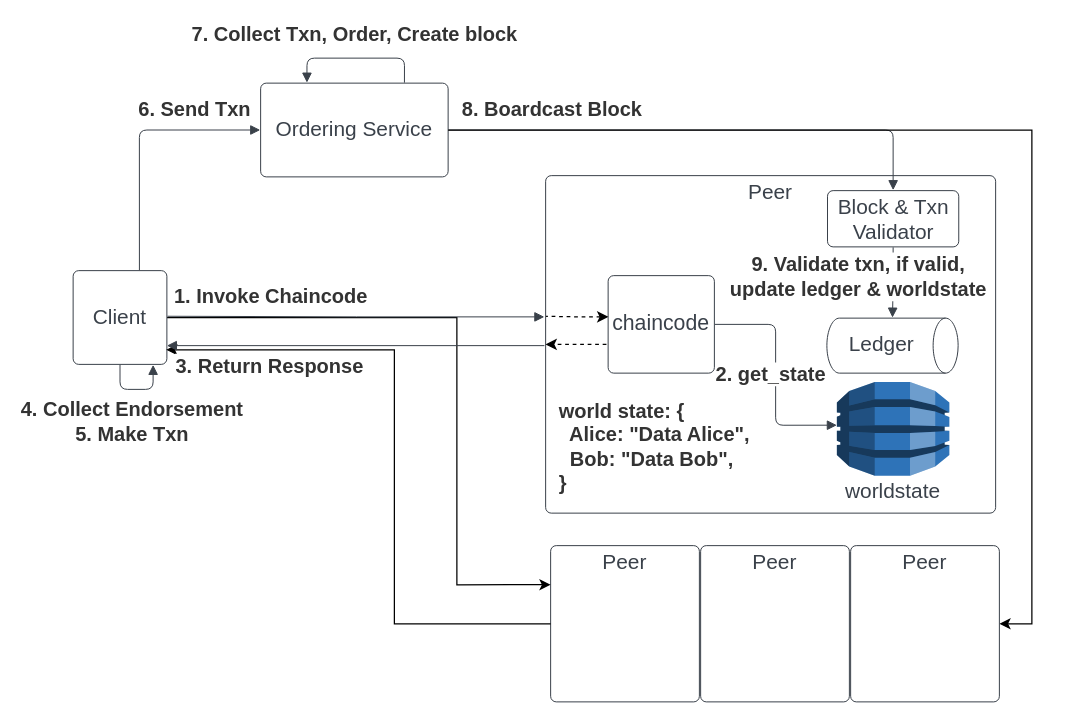
The draw.io diagram fabric.drawio in chenchanglew/systex2024, before the edit. Source tidied: cells renumbered, new cells numbered last; positions are measured from the earlier drawing's top-left corner, leaving out a move shared by most shapes. Both pictures are drawn from the tidied source at 125%, with x=0, y=0 at pixel (72, 58).
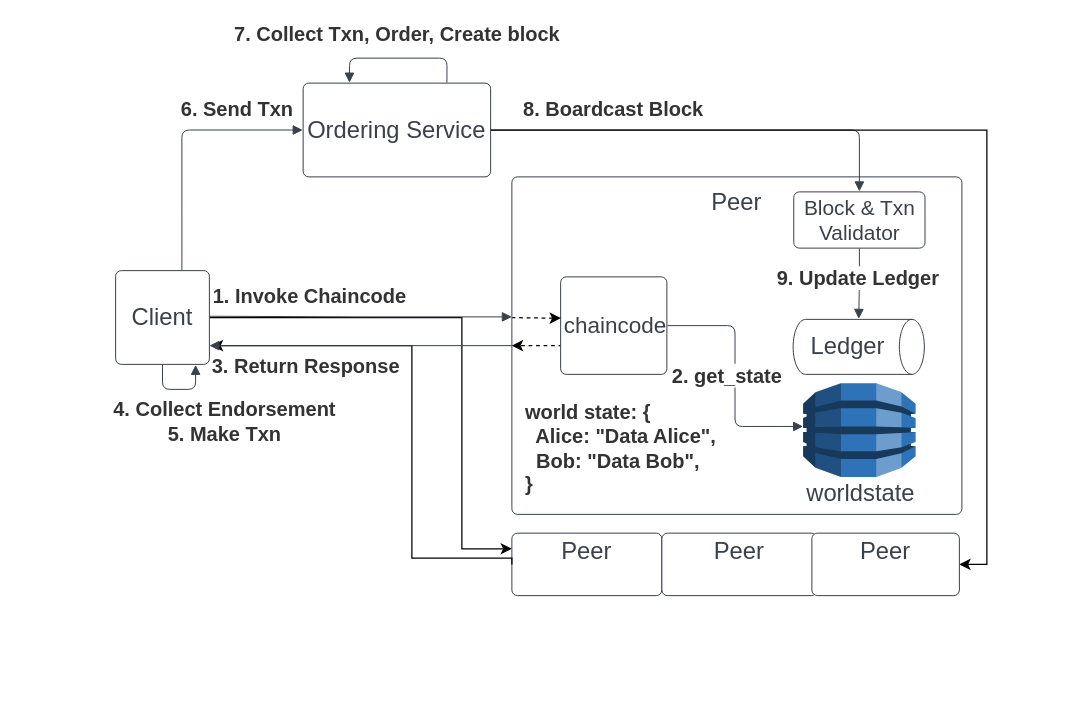
Above is the later version.

Unchanged cells that the change refers to:
```xml
<mxCell id="14" style="html=1;jettySize=18;whiteSpace=wrap;fontSize=13;strokeColor=#3a414a;strokeOpacity=100;strokeWidth=0.8;rounded=1;arcSize=12;edgeStyle=orthogonalEdgeStyle;startArrow=none;endArrow=block;endFill=1;exitX=0.5;exitY=1.008;exitPerimeter=0;entryX=0.5;entryY=-0.009;entryPerimeter=0;lucidId=gJdIpPk4oHPC;" parent="6" edge="1" source="10" target="11">
  <mxGeometry relative="1" as="geometry" />
</mxCell>
<mxCell id="30" style="html=1;jettySize=18;whiteSpace=wrap;fontSize=13;strokeColor=#3a414a;strokeOpacity=100;strokeWidth=0.8;rounded=1;arcSize=12;edgeStyle=orthogonalEdgeStyle;startArrow=none;endArrow=block;endFill=1;exitX=1.002;exitY=0.5;exitPerimeter=0;entryX=0.5;entryY=-0.008;entryPerimeter=0;lucidId=gJdI1uD7Hwsn;" parent="1" edge="1" source="5" target="10">
  <mxGeometry relative="1" as="geometry" />
</mxCell>
```

What changed in the source:
```diff
@@
-    <mxCell id="2" value="Peer&#10;&#10;&#10;&#10;&#10;&#10;&#10;&#10;&#10;&#10;&#10;&#10;&#10;" style="html=1;overflow=block;blockSpacing=1;whiteSpace=wrap;fontSize=16.7;fontColor=#3a414a;spacing=3.8;strokeColor=#3a414a;strokeOpacity=100;rounded=1;absoluteArcSize=1;arcSize=9;strokeWidth=0.8;lucidId=gJdIC6EkD9Za;" parent="1" vertex="1">
-      <mxGeometry x="382" y="390" width="119" height="125" as="geometry" />
+    <mxCell id="2" value="&lt;font style=&quot;font-size: 19px;&quot;&gt;Peer&lt;/font&gt;&lt;br&gt;&lt;br&gt;&lt;br&gt;&lt;br&gt;&lt;br&gt;&lt;br&gt;&lt;br&gt;&lt;br&gt;&lt;br&gt;&lt;br&gt;&lt;div&gt;&lt;br/&gt;&lt;/div&gt;" style="html=1;overflow=block;blockSpacing=1;whiteSpace=wrap;fontSize=16.7;fontColor=#3a414a;spacing=3.8;strokeColor=#3a414a;strokeOpacity=100;rounded=1;absoluteArcSize=1;arcSize=9;strokeWidth=0.8;lucidId=gJdIC6EkD9Za;" parent="1" vertex="1">
+      <mxGeometry x="351" y="380" width="120" height="50" as="geometry" />
     </mxCell>
-    <mxCell id="3" style="edgeStyle=orthogonalEdgeStyle;rounded=0;jettySize=auto;html=1;entryX=0;entryY=0.25;entryDx=0;entryDy=0;" parent="1" edge="1" source="4" target="2">
+    <mxCell id="3" style="edgeStyle=orthogonalEdgeStyle;rounded=0;jettySize=auto;html=1;entryX=0;entryY=0.25;entryDx=0;entryDy=0;exitX=1;exitY=0.5;exitDx=0;exitDy=0;" parent="1" edge="1" source="4" target="2">
       <mxGeometry relative="1" as="geometry">
         <Array as="points">
-          <mxPoint x="307" y="208" />
-          <mxPoint x="307" y="421" />
+          <mxPoint x="311" y="208" />
+          <mxPoint x="311" y="393" />
         </Array>
       </mxGeometry>
     </mxCell>
-    <mxCell id="4" value="Client" style="html=1;overflow=block;blockSpacing=1;whiteSpace=wrap;fontSize=16.7;fontColor=#3a414a;spacing=3.8;strokeColor=#3a414a;strokeOpacity=100;rounded=1;absoluteArcSize=1;arcSize=9;strokeWidth=0.8;lucidId=gJdIgxv0D-uK;" parent="1" vertex="1">
-      <mxGeometry y="170" width="75" height="75" as="geometry" />
+    <mxCell id="4" value="&lt;font style=&quot;font-size: 19px;&quot;&gt;Client&lt;/font&gt;" style="html=1;overflow=block;blockSpacing=1;whiteSpace=wrap;fontSize=16.7;fontColor=#3a414a;spacing=3.8;strokeColor=#3a414a;strokeOpacity=100;rounded=1;absoluteArcSize=1;arcSize=9;strokeWidth=0.8;lucidId=gJdIgxv0D-uK;" parent="1" vertex="1">
+      <mxGeometry x="34" y="170" width="75" height="75" as="geometry" />
     </mxCell>
-    <mxCell id="5" value="Ordering Service" style="html=1;overflow=block;blockSpacing=1;whiteSpace=wrap;fontSize=16.7;fontColor=#3a414a;spacing=3.8;strokeColor=#3a414a;strokeOpacity=100;rounded=1;absoluteArcSize=1;arcSize=9;strokeWidth=0.8;lucidId=gJdIvHb7BSO.;" parent="1" vertex="1">
-      <mxGeometry x="150" y="20" width="150" height="75" as="geometry" />
+    <mxCell id="5" value="&lt;font style=&quot;font-size: 19px;&quot;&gt;Ordering Service&lt;/font&gt;" style="html=1;overflow=block;blockSpacing=1;whiteSpace=wrap;fontSize=16.7;fontColor=#3a414a;spacing=3.8;strokeColor=#3a414a;strokeOpacity=100;rounded=1;absoluteArcSize=1;arcSize=9;strokeWidth=0.8;lucidId=gJdIvHb7BSO.;" parent="1" vertex="1">
+      <mxGeometry x="184" y="20" width="150" height="75" as="geometry" />
     </mxCell>
-    <mxCell id="6" value="Peer&#10;&#10;&#10;&#10;&#10;&#10;&#10;&#10;&#10;&#10;&#10;&#10;&#10;" style="html=1;overflow=block;blockSpacing=1;whiteSpace=wrap;fontSize=16.7;fontColor=#3a414a;spacing=3.8;strokeColor=#3a414a;strokeOpacity=100;rounded=1;absoluteArcSize=1;arcSize=9;strokeWidth=0.8;lucidId=gJdIC6EkD9Za;" parent="1" vertex="1">
-      <mxGeometry x="378" y="94" width="360" height="270" as="geometry" />
+    <mxCell id="6" value="&lt;font style=&quot;font-size: 19px;&quot;&gt;Peer&lt;br&gt;&lt;br&gt;&lt;br&gt;&lt;br&gt;&lt;br&gt;&lt;br&gt;&lt;br&gt;&lt;br&gt;&lt;br&gt;&lt;br&gt;&lt;br&gt;&lt;/font&gt;" style="html=1;overflow=block;blockSpacing=1;whiteSpace=wrap;fontSize=16.7;fontColor=#3a414a;spacing=3.8;strokeColor=#3a414a;strokeOpacity=100;rounded=1;absoluteArcSize=1;arcSize=9;strokeWidth=0.8;lucidId=gJdIC6EkD9Za;" parent="1" vertex="1">
+      <mxGeometry x="351" y="95" width="360" height="270" as="geometry" />
     </mxCell>
@@
-    <mxCell id="8" value="&lt;font style=&quot;font-size: 17px;&quot;&gt;chaincode&lt;/font&gt;" style="html=1;overflow=block;blockSpacing=1;whiteSpace=wrap;fontSize=16.7;fontColor=#3a414a;spacing=3.8;strokeColor=#3a414a;strokeOpacity=100;rounded=1;absoluteArcSize=1;arcSize=9;strokeWidth=0.8;lucidId=gJdI5SxZYz~T;" parent="6" vertex="1">
-      <mxGeometry x="50" y="80" width="85" height="78" as="geometry" />
+    <mxCell id="8" value="&lt;font style=&quot;font-size: 18px;&quot;&gt;chaincode&lt;/font&gt;" style="html=1;overflow=block;blockSpacing=1;whiteSpace=wrap;fontSize=16.7;fontColor=#3a414a;spacing=3.8;strokeColor=#3a414a;strokeOpacity=100;rounded=1;absoluteArcSize=1;arcSize=9;strokeWidth=0.8;lucidId=gJdI5SxZYz~T;" parent="6" vertex="1">
+      <mxGeometry x="39" y="80" width="85" height="78" as="geometry" />
     </mxCell>
-    <mxCell id="9" value="worldstate" style="html=1;overflow=block;blockSpacing=1;whiteSpace=wrap;shape=mxgraph.aws3.dynamo_db;labelPosition=center;verticalLabelPosition=bottom;align=center;verticalAlign=top;fontSize=16.7;fontColor=#3a414a;spacing=3.8;strokeColor=#3a414a;strokeOpacity=100;rounded=1;absoluteArcSize=1;arcSize=9;fillColor=#2e73b8;strokeWidth=0.8;lucidId=gJdIeH.mhM4w;" parent="6" vertex="1">
+    <mxCell id="9" value="&lt;font style=&quot;font-size: 19px;&quot;&gt;worldstate&lt;/font&gt;" style="html=1;overflow=block;blockSpacing=1;whiteSpace=wrap;shape=mxgraph.aws3.dynamo_db;labelPosition=center;verticalLabelPosition=bottom;align=center;verticalAlign=top;fontSize=16.7;fontColor=#3a414a;spacing=3.8;strokeColor=#3a414a;strokeOpacity=100;rounded=1;absoluteArcSize=1;arcSize=9;fillColor=#2e73b8;strokeWidth=0.8;lucidId=gJdIeH.mhM4w;" parent="6" vertex="1">
       <mxGeometry x="233" y="165" width="90" height="75" as="geometry" />
     </mxCell>
@@
-    <mxCell id="11" value="Ledger" style="html=1;overflow=block;blockSpacing=1;whiteSpace=wrap;shape=cylinder3;direction=south;size=10;anchorPointDirection=0;boundedLbl=1;fontSize=16.7;fontColor=#3a414a;spacing=3.8;strokeColor=#3a414a;strokeOpacity=100;rounded=1;absoluteArcSize=1;arcSize=9;strokeWidth=0.8;lucidId=gJdIh2kn3Ske;" parent="6" vertex="1">
+    <mxCell id="11" value="&lt;font style=&quot;font-size: 19px;&quot;&gt;Ledger&lt;/font&gt;" style="html=1;overflow=block;blockSpacing=1;whiteSpace=wrap;shape=cylinder3;direction=south;size=10;anchorPointDirection=0;boundedLbl=1;fontSize=16.7;fontColor=#3a414a;spacing=3.8;strokeColor=#3a414a;strokeOpacity=100;rounded=1;absoluteArcSize=1;arcSize=9;strokeWidth=0.8;lucidId=gJdIh2kn3Ske;" parent="6" vertex="1">
       <mxGeometry x="225" y="114" width="105" height="44" as="geometry" />
     </mxCell>
@@
-    <mxCell id="15" value="&lt;font style=&quot;font-size: 16px;&quot;&gt;9. Validate txn, if valid,&lt;br&gt;update ledger &amp;amp; worldstate&lt;/font&gt;" style="text;html=1;labelBackgroundColor=default;align=center;verticalAlign=middle;fontStyle=1;fontColor=#333333;fontSize=13.3;" parent="14" vertex="1">
+    <mxCell id="15" value="&lt;font style=&quot;font-size: 16px;&quot;&gt;9. Update Ledger&amp;nbsp;&lt;/font&gt;" style="text;html=1;labelBackgroundColor=default;align=center;verticalAlign=middle;fontStyle=1;fontColor=#333333;fontSize=13.3;" parent="14" vertex="1">
       <mxGeometry x="-0.36" relative="1" as="geometry">
-        <mxPoint x="-29" y="5" as="offset" />
+        <mxPoint y="5" as="offset" />
       </mxGeometry>
     </mxCell>
@@
     <mxCell id="18" style="html=1;jettySize=18;whiteSpace=wrap;fontSize=13;strokeColor=#3a414a;strokeOpacity=100;strokeWidth=0.8;rounded=1;arcSize=12;edgeStyle=orthogonalEdgeStyle;startArrow=none;endArrow=block;endFill=1;exitX=1.005;exitY=0.5;exitPerimeter=0;lucidId=gJdIXWOxPbk5;" parent="1" edge="1">
       <mxGeometry relative="1" as="geometry">
-        <mxPoint x="75.4" y="206.5" as="sourcePoint" />
-        <mxPoint x="377" y="207" as="targetPoint" />
+        <mxPoint x="109.4" y="206.5" as="sourcePoint" />
+        <mxPoint x="351" y="207" as="targetPoint" />
       </mxGeometry>
     </mxCell>
     <mxCell id="19" value="&lt;font size=&quot;1&quot; color=&quot;#333333&quot;&gt;&lt;span style=&quot;caret-color: rgb(51, 51, 51);&quot;&gt;&lt;b style=&quot;font-size: 16px;&quot;&gt;1. Invoke Chaincode&lt;/b&gt;&lt;/span&gt;&lt;/font&gt;" style="text;html=1;labelBackgroundColor=default;align=center;verticalAlign=middle;" parent="18" vertex="1">
       <mxGeometry x="-0.66" relative="1" as="geometry">
-        <mxPoint x="31" y="-17" as="offset" />
+        <mxPoint x="38" y="-17" as="offset" />
       </mxGeometry>
     </mxCell>
@@
+    <mxCell id="35" style="edgeStyle=orthogonalEdgeStyle;rounded=0;orthogonalLoop=1;jettySize=auto;html=1;exitX=0;exitY=0;exitDx=0;exitDy=0;" parent="18" edge="1" source="19" target="19">
+      <mxGeometry relative="1" as="geometry" />
+    </mxCell>
     <mxCell id="21" style="html=1;jettySize=18;whiteSpace=wrap;overflow=block;blockSpacing=1;fontSize=13;strokeColor=#3a414a;strokeOpacity=100;strokeWidth=0.8;rounded=1;arcSize=12;edgeStyle=orthogonalEdgeStyle;startArrow=none;endArrow=block;endFill=1;exitX=0.5;exitY=1.005;exitPerimeter=0;entryX=0.853;entryY=1.005;entryPerimeter=0;lucidId=gJdI6e9lcOTb;" parent="1" edge="1" source="4" target="4">
       <mxGeometry relative="1" as="geometry">
         <Array as="points">
-          <mxPoint x="38" y="265" />
-          <mxPoint x="64" y="265" />
+          <mxPoint x="72" y="265" />
+          <mxPoint x="98" y="265" />
         </Array>
       </mxGeometry>
     </mxCell>
     <mxCell id="22" value="&lt;font style=&quot;font-size: 16px;&quot;&gt;4. Collect Endorsement&lt;br&gt;5. Make Txn&lt;/font&gt;" style="text;html=1;labelBackgroundColor=default;align=center;verticalAlign=middle;fontStyle=1;fontColor=#333333;fontSize=13.3;" parent="21" vertex="1">
       <mxGeometry relative="1" as="geometry">
-        <mxPoint x="-4" y="25" as="offset" />
+        <mxPoint x="36" y="25" as="offset" />
       </mxGeometry>
     </mxCell>
@@
     <mxCell id="25" style="html=1;jettySize=18;whiteSpace=wrap;fontSize=13;strokeColor=#3a414a;strokeOpacity=100;strokeWidth=0.8;rounded=1;arcSize=12;edgeStyle=orthogonalEdgeStyle;startArrow=none;endArrow=block;endFill=1;exitX=0.767;exitY=-0.005;exitPerimeter=0;entryX=0.247;entryY=-0.005;entryPerimeter=0;lucidId=gJdIUVIgrSRE;" parent="1" edge="1" source="5" target="5">
       <mxGeometry relative="1" as="geometry">
         <Array as="points">
-          <mxPoint x="265" />
-          <mxPoint x="187" />
+          <mxPoint x="299" />
+          <mxPoint x="221" />
         </Array>
       </mxGeometry>
     </mxCell>
@@
-    <mxCell id="27" style="edgeStyle=orthogonalEdgeStyle;rounded=0;jettySize=auto;html=1;entryX=0.993;entryY=0.844;entryDx=0;entryDy=0;entryPerimeter=0;exitX=0;exitY=0.5;exitDx=0;exitDy=0;" parent="1" edge="1" source="2" target="4">
+    <mxCell id="27" style="edgeStyle=orthogonalEdgeStyle;rounded=0;jettySize=auto;html=1;exitX=0;exitY=0.5;exitDx=0;exitDy=0;" parent="1" edge="1" source="2">
       <mxGeometry relative="1" as="geometry">
+        <mxPoint x="111" y="230" as="targetPoint" />
         <Array as="points">
-          <mxPoint x="257" y="453" />
-          <mxPoint x="257" y="233" />
+          <mxPoint x="351" y="400" />
+          <mxPoint x="271" y="400" />
+          <mxPoint x="271" y="230" />
         </Array>
       </mxGeometry>
     </mxCell>
     <mxCell id="28" style="html=1;jettySize=18;whiteSpace=wrap;fontSize=13;strokeColor=#3a414a;strokeOpacity=100;strokeWidth=0.8;rounded=1;arcSize=12;edgeStyle=orthogonalEdgeStyle;startArrow=none;endArrow=block;endFill=1;lucidId=gJdIGSDJXt0t;" parent="1" edge="1">
       <mxGeometry relative="1" as="geometry">
-        <mxPoint x="377" y="230" as="sourcePoint" />
-        <mxPoint x="75" y="230" as="targetPoint" />
+        <mxPoint x="351" y="230" as="sourcePoint" />
+        <mxPoint x="109" y="230" as="targetPoint" />
       </mxGeometry>
     </mxCell>
     <mxCell id="29" value="&lt;font style=&quot;font-size: 16px;&quot;&gt;3. Return Response&lt;/font&gt;" style="text;html=1;labelBackgroundColor=default;align=center;verticalAlign=middle;fontStyle=1;fontColor=#333333;fontSize=13.3;" parent="28" vertex="1">
       <mxGeometry x="0.51" relative="1" as="geometry">
-        <mxPoint x="7" y="15" as="offset" />
+        <mxPoint x="17" y="15" as="offset" />
       </mxGeometry>
     </mxCell>
@@
     <mxCell id="31" value="&lt;font style=&quot;font-size: 16px;&quot;&gt;8. Boardcast Block&lt;/font&gt;" style="text;html=1;labelBackgroundColor=default;align=center;verticalAlign=middle;fontStyle=1;fontColor=#333333;fontSize=13.3;" parent="30" vertex="1">
       <mxGeometry x="-0.48" relative="1" as="geometry">
-        <mxPoint x="-23" y="-17" as="offset" />
+        <mxPoint x="8" y="-17" as="offset" />
       </mxGeometry>
     </mxCell>
     <mxCell id="32" style="edgeStyle=orthogonalEdgeStyle;rounded=0;jettySize=auto;html=1;entryX=1;entryY=0.5;entryDx=0;entryDy=0;" parent="1" edge="1" source="5" target="34">
       <mxGeometry relative="1" as="geometry">
         <Array as="points">
-          <mxPoint x="767" y="58" />
-          <mxPoint x="767" y="453" />
+          <mxPoint x="731" y="58" />
+          <mxPoint x="731" y="405" />
         </Array>
       </mxGeometry>
     </mxCell>
-    <mxCell id="33" value="Peer&#10;&#10;&#10;&#10;&#10;&#10;&#10;&#10;&#10;&#10;&#10;&#10;&#10;" style="html=1;overflow=block;blockSpacing=1;whiteSpace=wrap;fontSize=16.7;fontColor=#3a414a;spacing=3.8;strokeColor=#3a414a;strokeOpacity=100;rounded=1;absoluteArcSize=1;arcSize=9;strokeWidth=0.8;lucidId=gJdIC6EkD9Za;" parent="1" vertex="1">
-      <mxGeometry x="502" y="390" width="119" height="125" as="geometry" />
+    <mxCell id="33" value="&lt;font style=&quot;font-size: 19px;&quot;&gt;Peer&lt;br&gt;&lt;br&gt;&lt;br&gt;&lt;br&gt;&lt;br&gt;&lt;br&gt;&lt;br&gt;&lt;br&gt;&lt;br&gt;&lt;br&gt;&lt;br&gt;&lt;br&gt;&lt;/font&gt;" style="html=1;overflow=block;blockSpacing=1;whiteSpace=wrap;fontSize=16.7;fontColor=#3a414a;spacing=3.8;strokeColor=#3a414a;strokeOpacity=100;rounded=1;absoluteArcSize=1;arcSize=9;strokeWidth=0.8;lucidId=gJdIC6EkD9Za;" parent="1" vertex="1">
+      <mxGeometry x="471" y="380" width="124" height="50" as="geometry" />
     </mxCell>
-    <mxCell id="34" value="Peer&#10;&#10;&#10;&#10;&#10;&#10;&#10;&#10;&#10;&#10;&#10;&#10;&#10;" style="html=1;overflow=block;blockSpacing=1;whiteSpace=wrap;fontSize=16.7;fontColor=#3a414a;spacing=3.8;strokeColor=#3a414a;strokeOpacity=100;rounded=1;absoluteArcSize=1;arcSize=9;strokeWidth=0.8;lucidId=gJdIC6EkD9Za;" parent="1" vertex="1">
-      <mxGeometry x="622" y="390" width="119" height="125" as="geometry" />
+    <mxCell id="34" value="&lt;font style=&quot;font-size: 19px;&quot;&gt;Peer&lt;br&gt;&lt;br&gt;&lt;br&gt;&lt;br&gt;&lt;br&gt;&lt;br&gt;&lt;br&gt;&lt;br&gt;&lt;br&gt;&lt;br&gt;&lt;br&gt;&lt;br&gt;&lt;/font&gt;" style="html=1;overflow=block;blockSpacing=1;whiteSpace=wrap;fontSize=16.7;fontColor=#3a414a;spacing=3.8;strokeColor=#3a414a;strokeOpacity=100;rounded=1;absoluteArcSize=1;arcSize=9;strokeWidth=0.8;lucidId=gJdIC6EkD9Za;" parent="1" vertex="1">
+      <mxGeometry x="591" y="380" width="118" height="50" as="geometry" />
     </mxCell>
```
